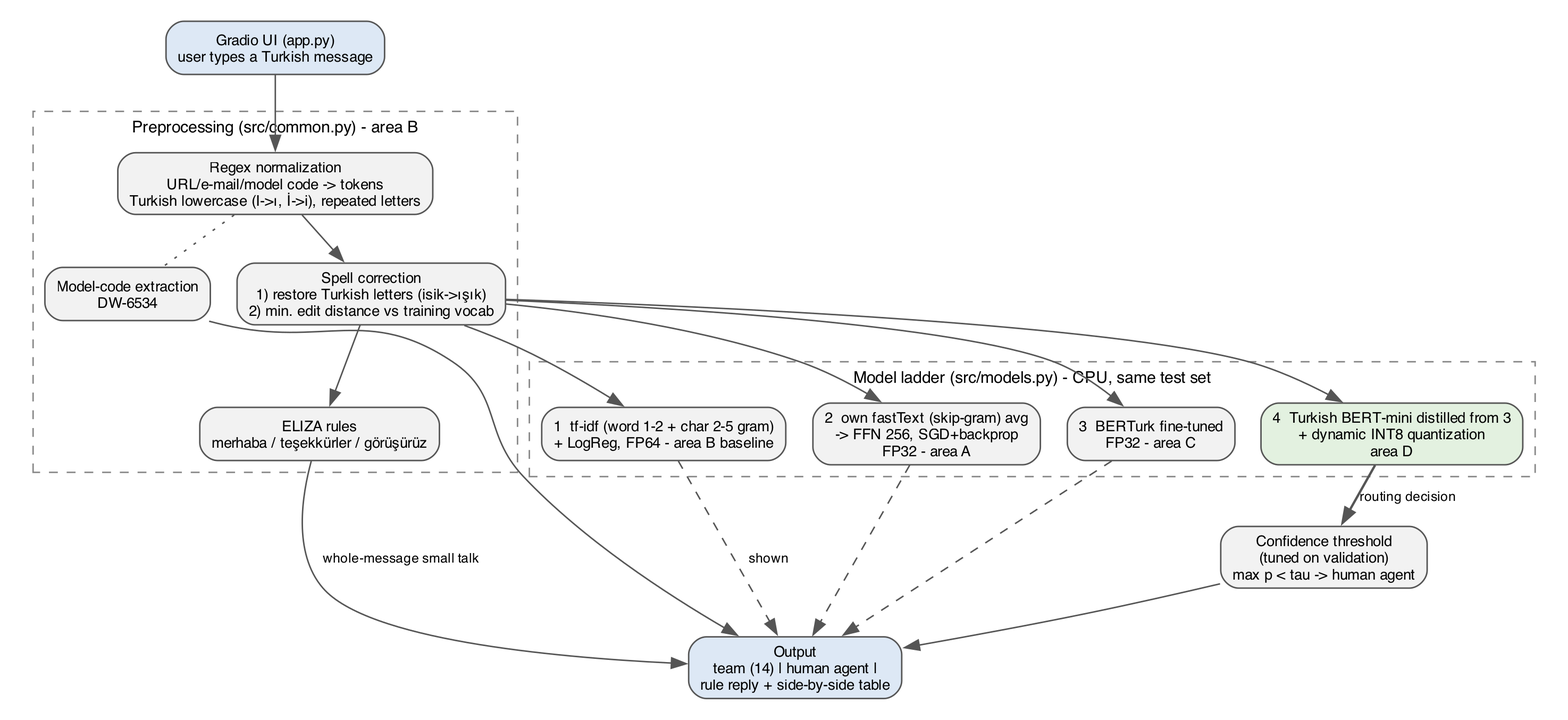
Before: docs/architecture.png, a diagram exported from Graphviz (rkfirat/swe015-ticket-router). Its source is kept beside it as docs/architecture.dot.
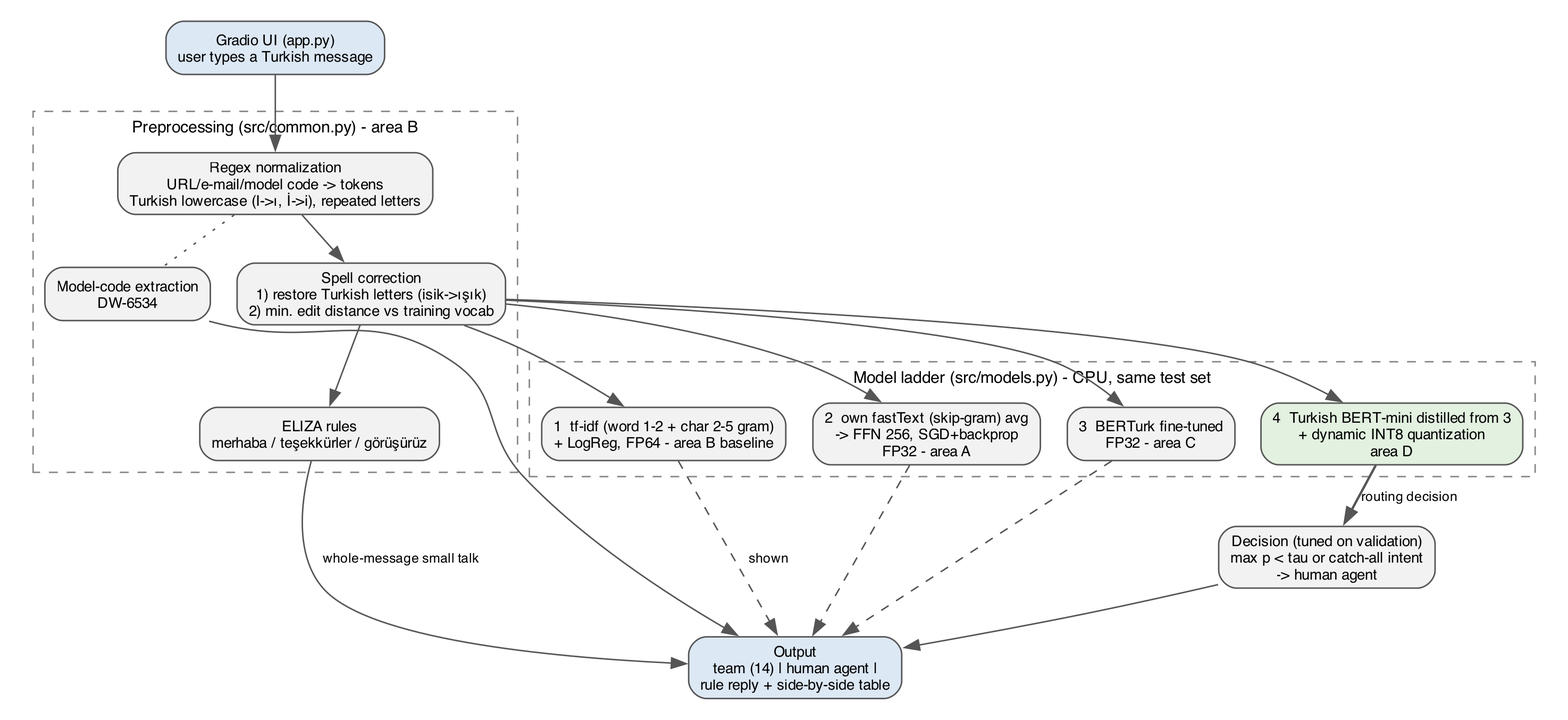
After the change.

Commit message:
Route the catch-all intent general_quirky to a human agent

The edit, as a diff of the source:
```diff
@@ -22,7 +22,7 @@
     m4 [label="4  Turkish BERT-mini distilled from 3\n+ dynamic INT8 quantization\narea D", fillcolor="#e3f1e0"];
   }
 
-  thr    [label="Confidence threshold\n(tuned on validation)\nmax p < tau -> human agent"];
+  thr    [label="Decision (tuned on validation)\nmax p < tau or catch-all intent\n-> human agent"];
   out    [label="Output\nteam (14) | human agent |\nrule reply + side-by-side table", fillcolor="#dde8f5"];
 
   ui -> regex;
```
